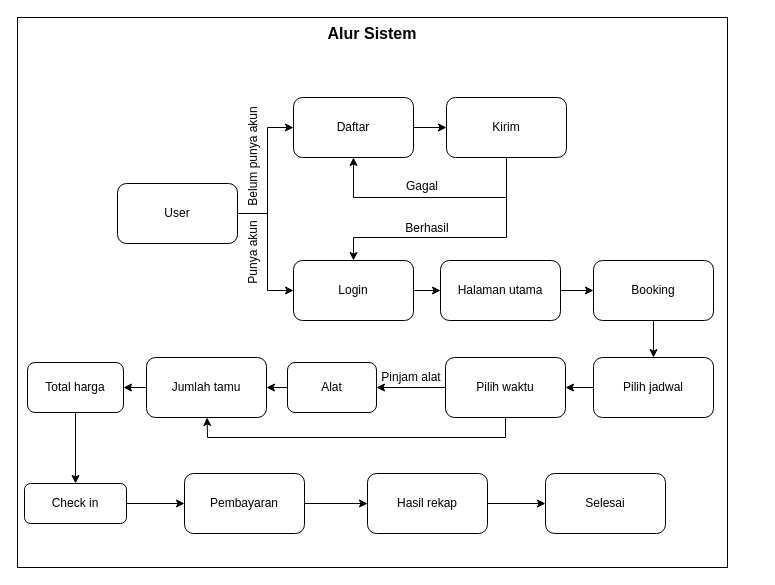
Above: page "Page-2" (2 of 2) of alur-bisnis.drawio in ZulpaAgustin/BookNow (draw.io), before the change. Source tidied: cells renumbered, new cells numbered last; positions are measured from the earlier drawing's top-left corner, leaving out a move shared by most shapes. Both pictures are drawn from the tidied source at 100%, with x=0, y=0 at pixel (17, 17).
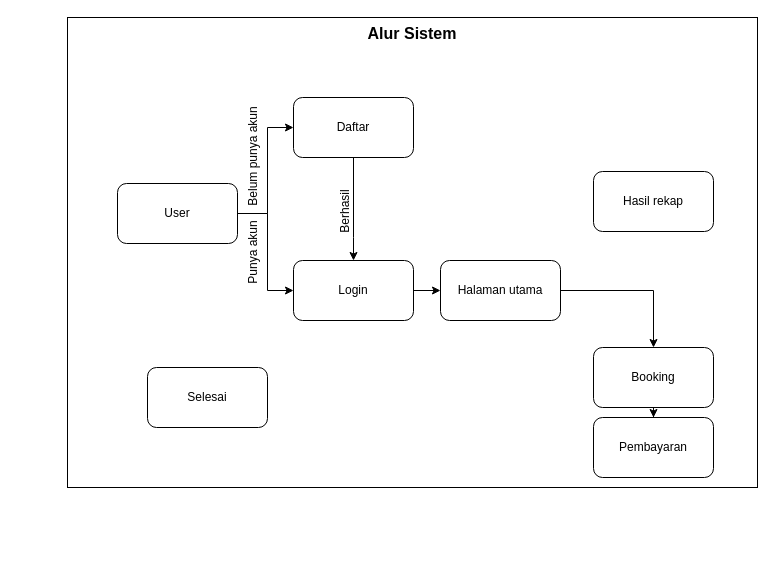
The same page after the edit.

Unchanged cells that the change refers to:
```xml
<mxCell id="6" value="Daftar" style="rounded=1;whiteSpace=wrap;html=1;" parent="1" vertex="1">
  <mxGeometry x="276" y="80" width="120" height="60" as="geometry" />
</mxCell>
<mxCell id="9" value="Login" style="rounded=1;whiteSpace=wrap;html=1;" parent="1" vertex="1">
  <mxGeometry x="276" y="243" width="120" height="60" as="geometry" />
</mxCell>
```

The edit, as a diff of the source:
```diff
@@
     <mxCell id="2" value="Alur Sistem" style="rounded=0;whiteSpace=wrap;html=1;verticalAlign=top;fontStyle=1;fontSize=16;" parent="1" vertex="1">
-      <mxGeometry width="710" height="550" as="geometry" />
+      <mxGeometry x="50" width="690" height="470" as="geometry" />
     </mxCell>
@@
-    <mxCell id="5" style="edgeStyle=orthogonalEdgeStyle;rounded=0;jettySize=auto;html=1;" parent="1" edge="1" source="6" target="7">
-      <mxGeometry relative="1" as="geometry" />
-    </mxCell>
@@
-    <mxCell id="7" value="Kirim" style="whiteSpace=wrap;html=1;rounded=1;" parent="1" vertex="1">
-      <mxGeometry x="429" y="80" width="120" height="60" as="geometry" />
-    </mxCell>
@@
-    <mxCell id="11" style="endArrow=classic;html=1;rounded=0;" parent="1" edge="1" source="7" target="9">
+    <mxCell id="11" style="endArrow=classic;html=1;rounded=0;" parent="1" edge="1" source="6" target="9">
       <mxGeometry relative="1" as="geometry">
         <Array as="points">
-          <mxPoint x="489" y="220" />
           <mxPoint x="336" y="220" />
         </Array>
       </mxGeometry>
     </mxCell>
-    <mxCell id="12" style="endArrow=classic;html=1;rounded=0;" parent="1" edge="1" source="7" target="6">
-      <mxGeometry relative="1" as="geometry">
-        <Array as="points">
-          <mxPoint x="489" y="180" />
-          <mxPoint x="336" y="180" />
-        </Array>
-      </mxGeometry>
-    </mxCell>
-    <mxCell id="13" value="Berhasil" style="text;html=1;align=center;verticalAlign=middle;whiteSpace=wrap;rounded=0;rotation=0;" parent="1" vertex="1">
-      <mxGeometry x="380" y="196" width="60" height="30" as="geometry" />
+    <mxCell id="13" value="Berhasil" style="text;html=1;align=center;verticalAlign=middle;whiteSpace=wrap;rounded=0;rotation=-90;" parent="1" vertex="1">
+      <mxGeometry x="298" y="179" width="60" height="30" as="geometry" />
     </mxCell>
-    <mxCell id="14" value="Gagal" style="text;html=1;align=center;verticalAlign=middle;whiteSpace=wrap;rounded=0;" parent="1" vertex="1">
-      <mxGeometry x="375" y="154" width="60" height="30" as="geometry" />
-    </mxCell>
@@
-    <mxCell id="19" style="edgeStyle=orthogonalEdgeStyle;rounded=0;jettySize=auto;html=1;" parent="1" edge="1" source="20" target="22">
-      <mxGeometry relative="1" as="geometry" />
-    </mxCell>
+    <mxCell id="40" style="edgeStyle=orthogonalEdgeStyle;rounded=0;jettySize=auto;html=1;" parent="1" edge="1" source="20" target="36">
+      <mxGeometry relative="1" as="geometry" />
+    </mxCell>
     <mxCell id="20" value="Booking" style="whiteSpace=wrap;html=1;rounded=1;" parent="1" vertex="1">
-      <mxGeometry x="576" y="243" width="120" height="60" as="geometry" />
+      <mxGeometry x="576" y="330" width="120" height="60" as="geometry" />
     </mxCell>
-    <mxCell id="21" style="edgeStyle=orthogonalEdgeStyle;rounded=0;jettySize=auto;html=1;" parent="1" edge="1" source="22" target="24">
-      <mxGeometry relative="1" as="geometry" />
-    </mxCell>
-    <mxCell id="22" value="Pilih jadwal" style="whiteSpace=wrap;html=1;rounded=1;" parent="1" vertex="1">
-      <mxGeometry x="576" y="340" width="120" height="60" as="geometry" />
-    </mxCell>
-    <mxCell id="23" style="edgeStyle=orthogonalEdgeStyle;rounded=0;jettySize=auto;html=1;" parent="1" edge="1" source="24" target="26">
-      <mxGeometry relative="1" as="geometry" />
-    </mxCell>
-    <mxCell id="24" value="Pilih waktu" style="whiteSpace=wrap;html=1;rounded=1;" parent="1" vertex="1">
-      <mxGeometry x="428" y="340" width="120" height="60" as="geometry" />
-    </mxCell>
-    <mxCell id="25" style="edgeStyle=orthogonalEdgeStyle;rounded=0;jettySize=auto;html=1;" parent="1" edge="1" source="26" target="29">
-      <mxGeometry relative="1" as="geometry" />
-    </mxCell>
-    <mxCell id="26" value="Alat" style="whiteSpace=wrap;html=1;rounded=1;" parent="1" vertex="1">
-      <mxGeometry x="270" y="345" width="89" height="50" as="geometry" />
-    </mxCell>
-    <mxCell id="27" value="Pinjam alat" style="text;html=1;align=center;verticalAlign=middle;whiteSpace=wrap;rounded=0;" parent="1" vertex="1">
-      <mxGeometry x="354" y="345" width="80" height="30" as="geometry" />
-    </mxCell>
-    <mxCell id="28" style="edgeStyle=orthogonalEdgeStyle;rounded=0;jettySize=auto;html=1;" parent="1" edge="1" source="29" target="31">
-      <mxGeometry relative="1" as="geometry" />
-    </mxCell>
-    <mxCell id="29" value="Jumlah tamu" style="whiteSpace=wrap;html=1;rounded=1;" parent="1" vertex="1">
-      <mxGeometry x="129" y="340" width="120" height="60" as="geometry" />
-    </mxCell>
-    <mxCell id="30" style="edgeStyle=orthogonalEdgeStyle;rounded=0;jettySize=auto;html=1;" parent="1" edge="1" source="31" target="34">
-      <mxGeometry relative="1" as="geometry" />
-    </mxCell>
-    <mxCell id="31" value="Total harga" style="whiteSpace=wrap;html=1;rounded=1;" parent="1" vertex="1">
-      <mxGeometry x="10" y="345" width="96" height="50" as="geometry" />
-    </mxCell>
-    <mxCell id="32" style="endArrow=classic;html=1;rounded=0;" parent="1" edge="1" source="24" target="29">
-      <mxGeometry relative="1" as="geometry">
-        <Array as="points">
-          <mxPoint x="488" y="420" />
-          <mxPoint x="190" y="420" />
-        </Array>
-      </mxGeometry>
-    </mxCell>
-    <mxCell id="33" style="edgeStyle=orthogonalEdgeStyle;rounded=0;jettySize=auto;html=1;" parent="1" edge="1" source="34" target="36">
-      <mxGeometry relative="1" as="geometry" />
-    </mxCell>
-    <mxCell id="34" value="Check in" style="whiteSpace=wrap;html=1;rounded=1;" parent="1" vertex="1">
-      <mxGeometry x="7" y="466" width="102" height="40" as="geometry" />
-    </mxCell>
-    <mxCell id="35" style="edgeStyle=orthogonalEdgeStyle;rounded=0;jettySize=auto;html=1;" parent="1" edge="1" source="36" target="38">
-      <mxGeometry relative="1" as="geometry" />
-    </mxCell>
     <mxCell id="36" value="Pembayaran" style="whiteSpace=wrap;html=1;rounded=1;" parent="1" vertex="1">
-      <mxGeometry x="167" y="456" width="120" height="60" as="geometry" />
+      <mxGeometry x="576" y="400" width="120" height="60" as="geometry" />
     </mxCell>
-    <mxCell id="37" style="edgeStyle=orthogonalEdgeStyle;rounded=0;jettySize=auto;html=1;" parent="1" edge="1" source="38" target="39">
-      <mxGeometry relative="1" as="geometry" />
-    </mxCell>
     <mxCell id="38" value="Hasil rekap" style="whiteSpace=wrap;html=1;rounded=1;" parent="1" vertex="1">
-      <mxGeometry x="350" y="456" width="120" height="60" as="geometry" />
+      <mxGeometry x="576" y="154" width="120" height="60" as="geometry" />
     </mxCell>
     <mxCell id="39" value="Selesai" style="whiteSpace=wrap;html=1;rounded=1;" parent="1" vertex="1">
-      <mxGeometry x="528" y="456" width="120" height="60" as="geometry" />
+      <mxGeometry x="130" y="350" width="120" height="60" as="geometry" />
     </mxCell>
```
